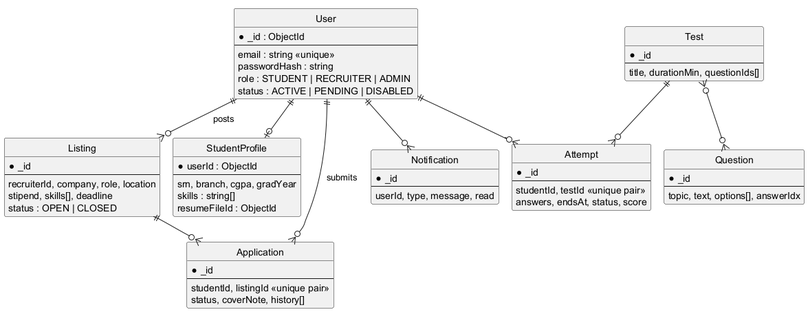
The PlantUML diagram docs/diagrams/er.png in Online-Internship-Placement-Prep-Portal/OIPPP, before a commit.
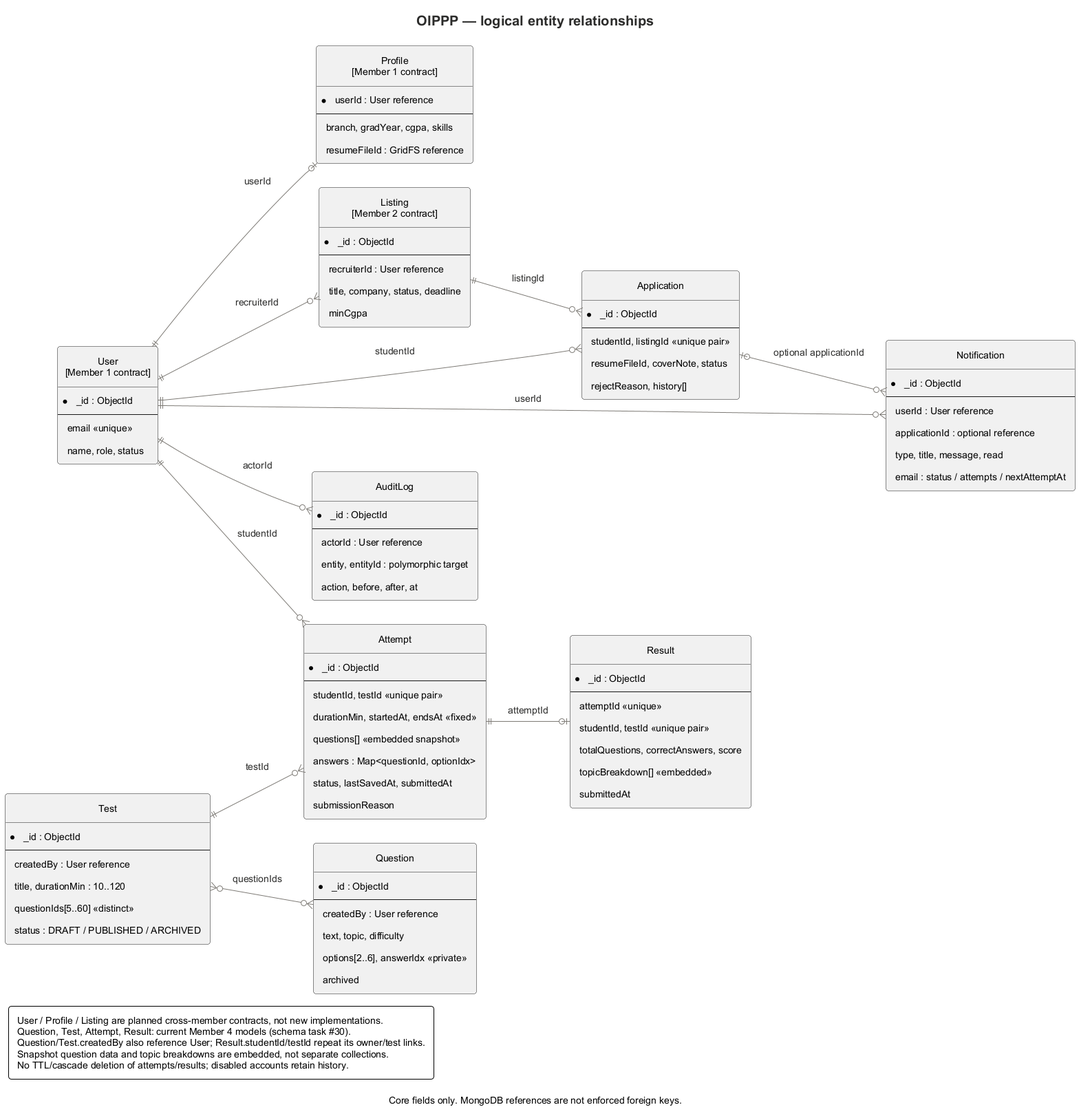
Later version of the same file.

Change to the diagram source:
```diff
@@ -1,62 +1,101 @@
 @startuml er
-!pragma layout smetana
+!include diagram-style.puml
 hide circle
-skinparam linetype ortho
-entity User {
+left to right direction
+title OIPPP — logical entity relationships
+caption Core fields only. MongoDB references are not enforced foreign keys.
+entity "User\n[Member 1 contract]" as User {
   *_id : ObjectId
   --
-  email : string <<unique>>
-  passwordHash : string
-  role : STUDENT | RECRUITER | ADMIN
-  status : ACTIVE | PENDING | DISABLED
+  email <<unique>>
+  name, role, status
 }
-entity StudentProfile {
-  *userId : ObjectId
+entity "Profile\n[Member 1 contract]" as Profile {
+  *userId : User reference
   --
-  srn, branch, cgpa, gradYear
-  skills : string[]
-  resumeFileId : ObjectId
+  branch, gradYear, cgpa, skills
+  resumeFileId : GridFS reference
 }
-entity Listing {
-  *_id
+entity "Listing\n[Member 2 contract]" as Listing {
+  *_id : ObjectId
   --
-  recruiterId, company, role, location
-  stipend, skills[], deadline
-  status : OPEN | CLOSED
+  recruiterId : User reference
+  title, company, status, deadline
+  minCgpa
 }
 entity Application {
-  *_id
+  *_id : ObjectId
   --
   studentId, listingId <<unique pair>>
-  status, coverNote, history[]
+  resumeFileId, coverNote, status
+  rejectReason, history[]
+}
+entity Notification {
+  *_id : ObjectId
+  --
+  userId : User reference
+  applicationId : optional reference
+  type, title, message, read
+  email : status / attempts / nextAttemptAt
+}
+entity AuditLog {
+  *_id : ObjectId
+  --
+  actorId : User reference
+  entity, entityId : polymorphic target
+  action, before, after, at
+}
+entity Question {
+  *_id : ObjectId
+  --
+  createdBy : User reference
+  text, topic, difficulty
+  options[2..6], answerIdx <<private>>
+  archived
 }
 entity Test {
-  *_id
+  *_id : ObjectId
   --
-  title, durationMin, questionIds[]
-}
-entity Question {
-  *_id
-  --
-  topic, text, options[], answerIdx
+  createdBy : User reference
+  title, durationMin : 10..120
+  questionIds[5..60] <<distinct>>
+  status : DRAFT / PUBLISHED / ARCHIVED
 }
 entity Attempt {
-  *_id
+  *_id : ObjectId
   --
   studentId, testId <<unique pair>>
-  answers, endsAt, status, score
+  durationMin, startedAt, endsAt <<fixed>>
+  questions[] <<embedded snapshot>>
+  answers : Map<questionId, optionIdx>
+  status, lastSavedAt, submittedAt
+  submissionReason
 }
-entity Notification {
-  *_id
+entity Result {
+  *_id : ObjectId
   --
-  userId, type, message, read
+  attemptId <<unique>>
+  studentId, testId <<unique pair>>
+  totalQuestions, correctAnswers, score
+  topicBreakdown[] <<embedded>>
+  submittedAt
 }
-User ||--o| StudentProfile
-User ||--o{ Listing : posts
-User ||--o{ Application : submits
-Listing ||--o{ Application
-Test }o--o{ Question
-User ||--o{ Attempt
-Test ||--o{ Attempt
-User ||--o{ Notification
+User ||--o| Profile : userId
+User ||--o{ Listing : recruiterId
+User ||--o{ Application : studentId
+Listing ||--o{ Application : listingId
+User ||--o{ Notification : userId
+Application |o--o{ Notification : optional applicationId
+User ||--o{ AuditLog : actorId
+User ||--o{ Attempt : studentId
+Test }o--o{ Question : questionIds
+Test ||--o{ Attempt : testId
+Attempt ||--o| Result : attemptId
+legend bottom left
+  User / Profile / Listing are planned cross-member contracts, not new implementations.
+  Question, Test, Attempt, Result: current Member 4 models (schema task #30).
+  Question/Test.createdBy also reference User; Result.studentId/testId repeat its owner/test links.
+  Snapshot question data and topic breakdowns are embedded, not separate collections.
+  No TTL/cascade deletion of attempts/results; disabled accounts retain history.
+endlegend
 @enduml
```
